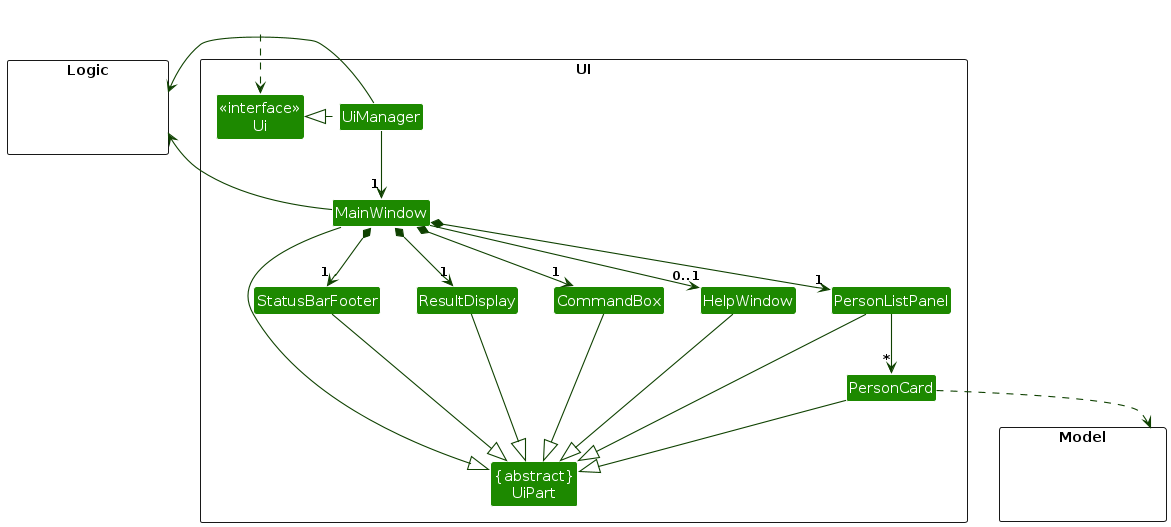
This is diagrams/UiClassDiagram.png from AY2627S1-CS2103T-T10-2/tp, a PlantUML export, as it was before one commit. Its source is kept beside it as diagrams/UiClassDiagram.puml. Its diagram source:
```plantuml
@startuml
!include style.puml
skinparam arrowThickness 1.1
skinparam arrowColor UI_COLOR_T4
skinparam classBackgroundColor UI_COLOR

package UI <<Rectangle>>{
Class "<<interface>>\nUi" as Ui
Class "{abstract}\nUiPart" as UiPart
Class UiManager
Class MainWindow
Class HelpWindow
Class ResultDisplay
Class PersonListPanel
Class PersonCard
Class StatusBarFooter
Class CommandBox
}

package Model <<Rectangle>> {
Class HiddenModel #FFFFFF
}

package Logic <<Rectangle>> {
Class HiddenLogic #FFFFFF
}

Class HiddenOutside #FFFFFF
HiddenOutside ..> Ui

UiManager .left.|> Ui
UiManager -down-> "1" MainWindow
MainWindow *-down->  "1" CommandBox
MainWindow *-down-> "1" ResultDisplay
MainWindow *-down-> "1" PersonListPanel
MainWindow *-down-> "1" StatusBarFooter
MainWindow --> "0..1" HelpWindow

PersonListPanel -down-> "*" PersonCard

MainWindow -left-|> UiPart

ResultDisplay --|> UiPart
CommandBox --|> UiPart
PersonListPanel --|> UiPart
PersonCard --|> UiPart
StatusBarFooter --|> UiPart
HelpWindow --|> UiPart

PersonCard ..> Model
UiManager -right-> Logic
MainWindow -left-> Logic

PersonListPanel -[hidden]left- HelpWindow
HelpWindow -[hidden]left- CommandBox
CommandBox -[hidden]left- ResultDisplay
ResultDisplay -[hidden]left- StatusBarFooter

MainWindow -[hidden]-|> UiPart
@enduml
```
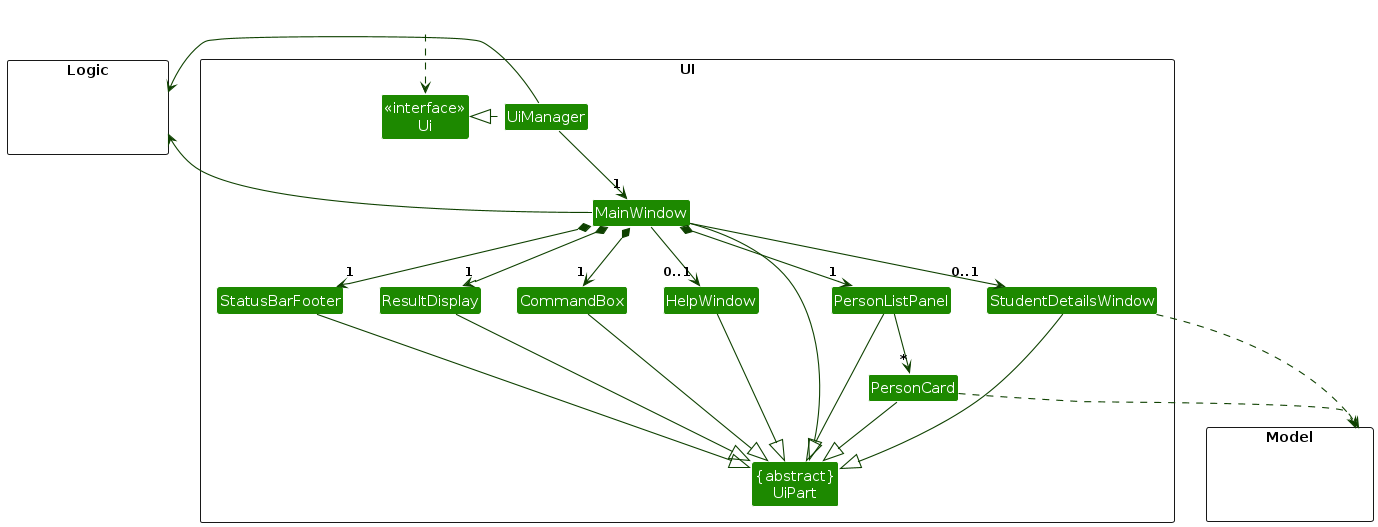
After the change.

The edit, as a diff of the source:
```diff
@@ -14,6 +14,7 @@
 Class PersonListPanel
 Class PersonCard
 Class StatusBarFooter
+Class StudentDetailsWindow
 Class CommandBox
 }
 
@@ -35,6 +36,7 @@
 MainWindow *-down-> "1" PersonListPanel
 MainWindow *-down-> "1" StatusBarFooter
 MainWindow --> "0..1" HelpWindow
+MainWindow --> "0..1" StudentDetailsWindow
 
 PersonListPanel -down-> "*" PersonCard
 
@@ -46,8 +48,10 @@
 PersonCard --|> UiPart
 StatusBarFooter --|> UiPart
 HelpWindow --|> UiPart
+StudentDetailsWindow --|> UiPart
 
 PersonCard ..> Model
+StudentDetailsWindow ..> Model
 UiManager -right-> Logic
 MainWindow -left-> Logic
 
@@ -55,6 +59,7 @@
 HelpWindow -[hidden]left- CommandBox
 CommandBox -[hidden]left- ResultDisplay
 ResultDisplay -[hidden]left- StatusBarFooter
+HelpWindow -[hidden]right- StudentDetailsWindow
 
 MainWindow -[hidden]-|> UiPart
 @enduml
```
